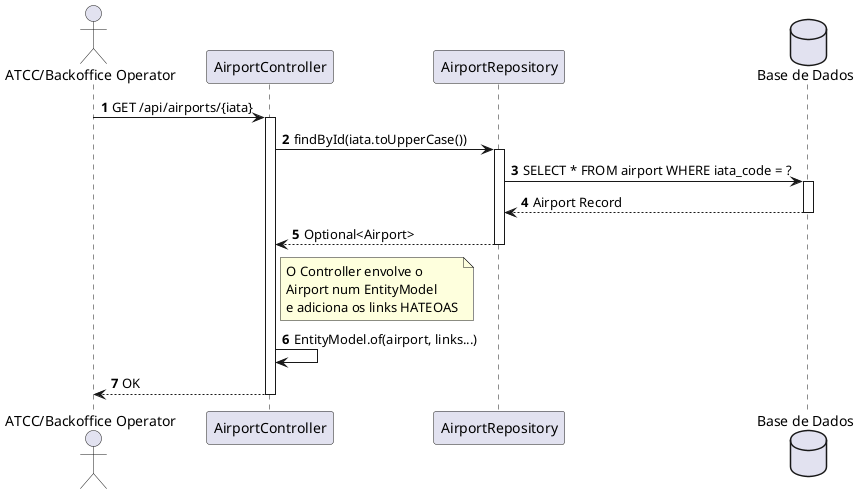
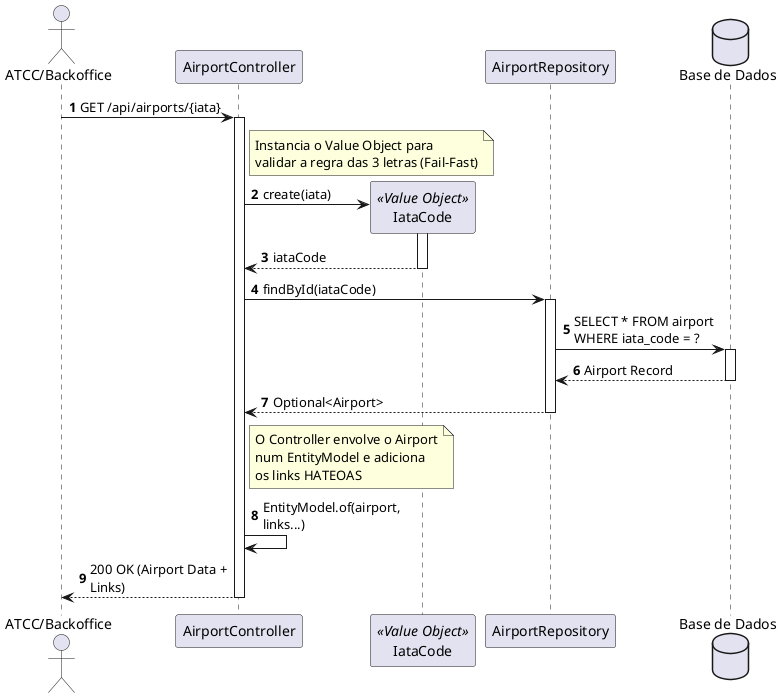
@startuml
autonumber
- skinparam packageStyle rectangle
+ skinparam maxMessageSize 150

- actor "ATCC/Backoffice Operator" as User
+ actor "ATCC/Backoffice" as Admin
participant "AirportController" as Ctrl
+ participant "IataCode" as IATA <<Value Object>>
participant "AirportRepository" as Repo
database "Base de Dados" as DB

- User -> Ctrl : GET /api/airports/{iata}
+ Admin -> Ctrl : GET /api/airports/{iata}
activate Ctrl

- Ctrl -> Repo : findById(iata.toUpperCase())
+ note right of Ctrl: Instancia o Value Object para\nvalidar a regra das 3 letras (Fail-Fast)
+ Ctrl -> IATA ** : create(iata)
+ activate IATA
+ IATA --> Ctrl : iataCode
+ deactivate IATA
+ 
+ Ctrl -> Repo : findById(iataCode)
activate Repo
Repo -> DB : SELECT * FROM airport WHERE iata_code = ?
activate DB
DB --> Repo : Airport Record
deactivate DB
Repo --> Ctrl : Optional<Airport>
deactivate Repo

- note right of Ctrl
-   O Controller envolve o
-   Airport num EntityModel
-   e adiciona os links HATEOAS
- end note
- 
+ note right of Ctrl: O Controller envolve o Airport\nnum EntityModel e adiciona\nos links HATEOAS
Ctrl -> Ctrl : EntityModel.of(airport, links...)

- Ctrl --> User : OK
+ Ctrl --> Admin : 200 OK (Airport Data + Links)
deactivate Ctrl
@enduml